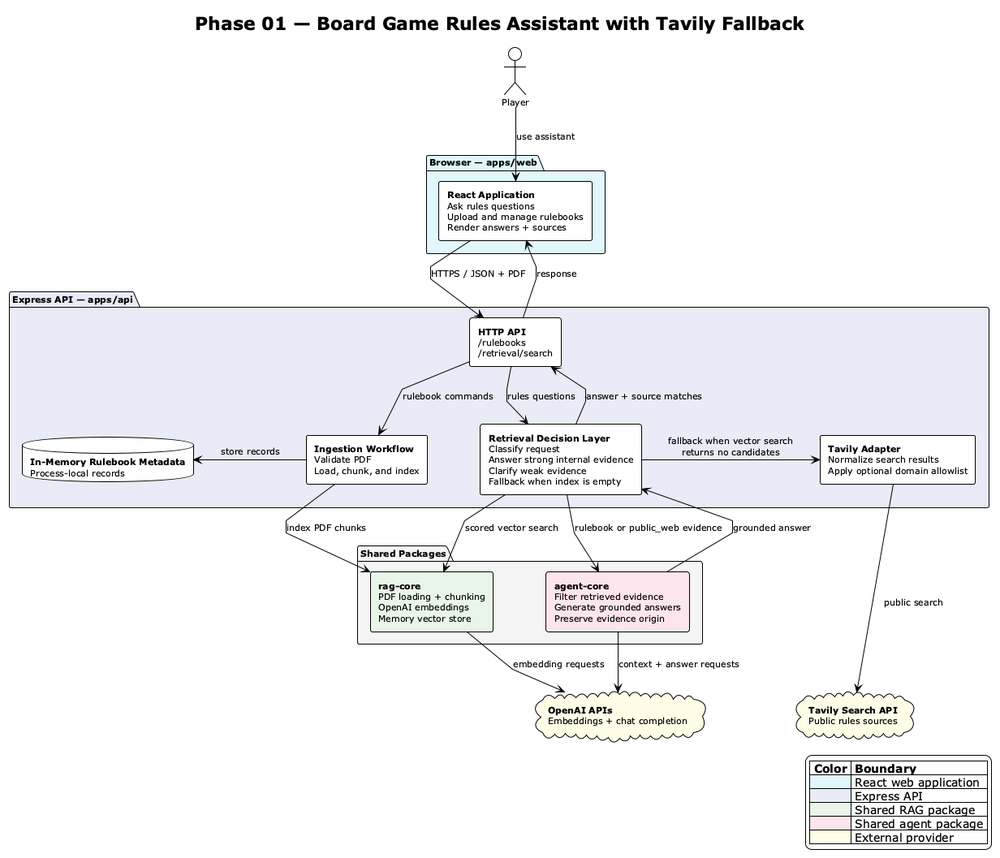
This is docs/tech-reviews/001-phase-01-tavily-public-search/diagrams/phase-01-system-architecture.png from jchu51/board-game-rules-assistant, a PlantUML export, as it was before one commit.
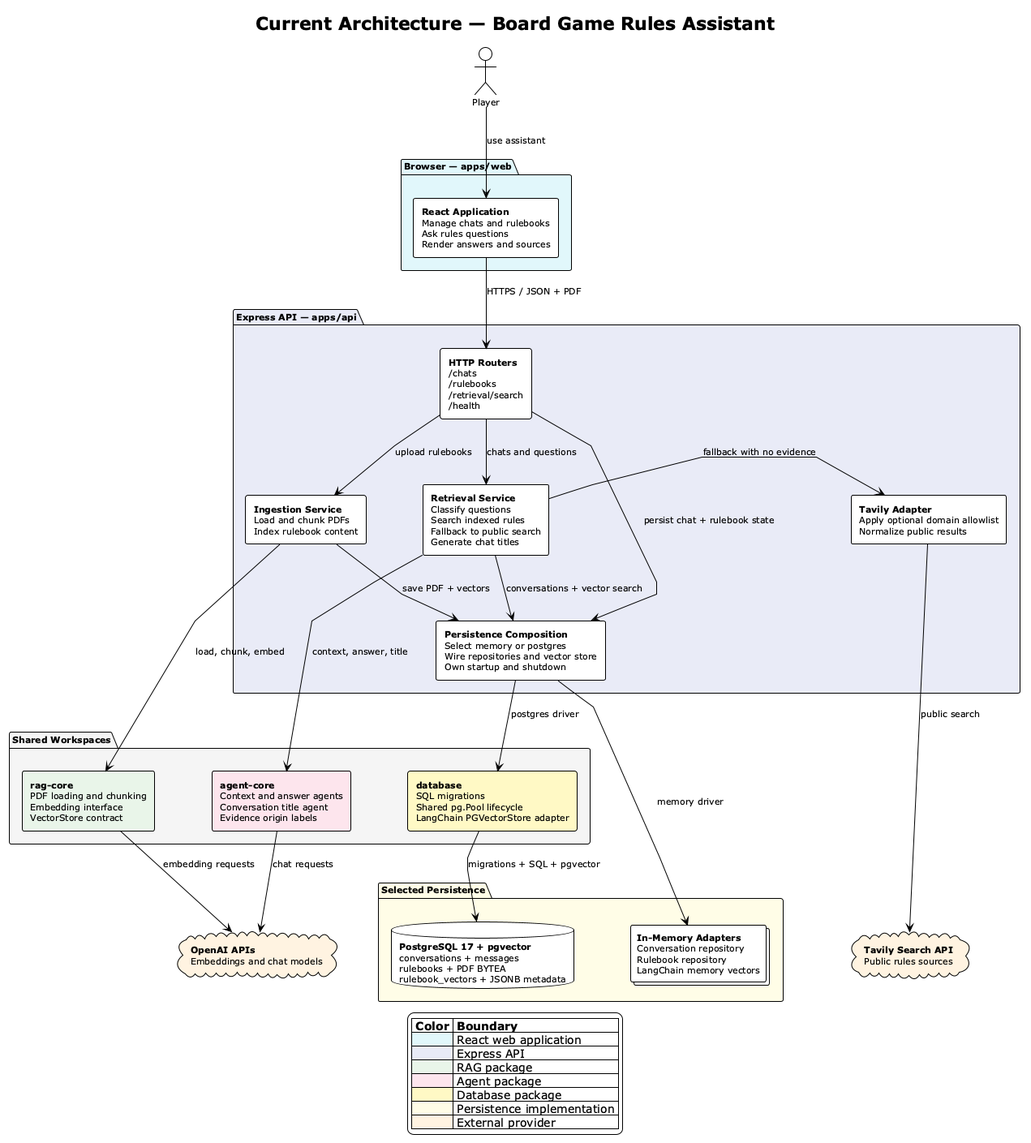
Above is the later version.

Commit message:
docs: refresh current system architecture

Diff of the diagram source:
```diff
@@ -7,63 +7,74 @@
 skinparam componentStyle rectangle
 skinparam defaultFontSize 11
 skinparam linetype polyline
-skinparam nodesep 65
-skinparam ranksep 55
+skinparam nodesep 70
+skinparam ranksep 65
 
-title Phase 01 — Board Game Rules Assistant with Tavily Fallback
+title Current Architecture — Board Game Rules Assistant
 
 actor "Player" as player
 
 package "Browser — apps/web" as web #E0F7FA {
-  rectangle "**React Application**\nAsk rules questions\nUpload and manage rulebooks\nRender answers + sources" as browser_app #FFFFFF
+  rectangle "**React Application**\nManage chats and rulebooks\nAsk rules questions\nRender answers and sources" as browser_app #FFFFFF
 }
 
 package "Express API — apps/api" as api #E8EAF6 {
-  rectangle "**HTTP API**\n/rulebooks\n/retrieval/search" as http_api #FFFFFF
-  rectangle "**Ingestion Workflow**\nValidate PDF\nLoad, chunk, and index" as ingestion #FFFFFF
-  rectangle "**Retrieval Decision Layer**\nClassify request\nAnswer strong internal evidence\nClarify weak evidence\nFallback when index is empty" as retrieval #FFFFFF
-  rectangle "**Tavily Adapter**\nNormalize search results\nApply optional domain allowlist" as tavily_adapter #FFFFFF
-  database "**In-Memory Rulebook Metadata**\nProcess-local records" as metadata #FFFFFF
+  rectangle "**HTTP Routers**\n/chats\n/rulebooks\n/retrieval/search\n/health" as http_api #FFFFFF
+  rectangle "**Ingestion Service**\nLoad and chunk PDFs\nIndex rulebook content" as ingestion #FFFFFF
+  rectangle "**Retrieval Service**\nClassify questions\nSearch indexed rules\nFallback to public search\nGenerate chat titles" as retrieval #FFFFFF
+  rectangle "**Persistence Composition**\nSelect memory or postgres\nWire repositories and vector store\nOwn startup and shutdown" as composition #FFFFFF
+  rectangle "**Tavily Adapter**\nApply optional domain allowlist\nNormalize public results" as tavily_adapter #FFFFFF
 }
 
-package "Shared Packages" as shared #F5F5F5 {
-  rectangle "**rag-core**\nPDF loading + chunking\nOpenAI embeddings\nMemory vector store" as rag_core #E8F5E9
-  rectangle "**agent-core**\nFilter retrieved evidence\nGenerate grounded answers\nPreserve evidence origin" as agent_core #FCE4EC
+package "Shared Workspaces" as shared #F5F5F5 {
+  rectangle "**rag-core**\nPDF loading and chunking\nEmbedding interface\nVectorStore contract" as rag_core #E8F5E9
+  rectangle "**agent-core**\nContext and answer agents\nConversation title agent\nEvidence origin labels" as agent_core #FCE4EC
+  rectangle "**database**\nSQL migrations\nShared pg.Pool lifecycle\nLangChain PGVectorStore adapter" as database_package #FFF9C4
 }
 
-cloud "**OpenAI APIs**\nEmbeddings + chat completion" as openai #FFFDE7
-cloud "**Tavily Search API**\nPublic rules sources" as tavily #FFFDE7
+package "Selected Persistence" as persistence #FFFDE7 {
+  database "**PostgreSQL 17 + pgvector**\nconversations + messages\nrulebooks + PDF BYTEA\nrulebook_vectors + JSONB metadata" as postgres #FFFFFF
+  collections "**In-Memory Adapters**\nConversation repository\nRulebook repository\nLangChain memory vectors" as memory #FFFFFF
+}
+
+cloud "**OpenAI APIs**\nEmbeddings and chat models" as openai #FFF3E0
+cloud "**Tavily Search API**\nPublic rules sources" as tavily #FFF3E0
 
 player -down-> browser_app : use assistant
 browser_app -down-> http_api : HTTPS / JSON + PDF
 
-http_api -down-> ingestion : rulebook commands
-http_api -down-> retrieval : rules questions
-ingestion -left-> metadata : store records
-ingestion -down-> rag_core : index PDF chunks
+http_api -down-> ingestion : upload rulebooks
+http_api -down-> retrieval : chats and questions
+http_api -right-> composition : persist chat + rulebook state
 
-retrieval -down-> rag_core : scored vector search
-retrieval -down-> agent_core : rulebook or public_web evidence
-retrieval -right-> tavily_adapter : fallback when vector search\nreturns no candidates
-tavily_adapter -down-> tavily : public search
+ingestion -down-> rag_core : load, chunk, embed
+ingestion -down-> composition : save PDF + vectors
+retrieval -down-> composition : conversations + vector search
+retrieval -down-> agent_core : context, answer, title
+retrieval -right-> tavily_adapter : fallback with no evidence
+tavily_adapter -right-> tavily : public search
+
+composition -down-> database_package : postgres driver
+composition -right-> memory : memory driver
+database_package -down-> postgres : migrations + SQL + pgvector
 
 rag_core -down-> openai : embedding requests
-agent_core -down-> openai : context + answer requests
-agent_core -up-> retrieval : grounded answer
-retrieval -up-> http_api : answer + source matches
-http_api -up-> browser_app : response
+agent_core -down-> openai : chat requests
 
-metadata -[hidden]right- ingestion
+ingestion -[hidden]right- retrieval
 rag_core -[hidden]right- agent_core
+database_package -[hidden]right- memory
 openai -[hidden]right- tavily
 
-legend right
+legend bottom
 |= Color |= Boundary |
 | <#E0F7FA> | React web application |
 | <#E8EAF6> | Express API |
-| <#E8F5E9> | Shared RAG package |
-| <#FCE4EC> | Shared agent package |
-| <#FFFDE7> | External provider |
+| <#E8F5E9> | RAG package |
+| <#FCE4EC> | Agent package |
+| <#FFF9C4> | Database package |
+| <#FFFDE7> | Persistence implementation |
+| <#FFF3E0> | External provider |
 endlegend
 
 @enduml
```
